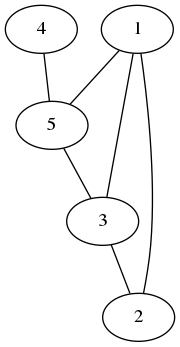
Above: config/graph.dot.png in Boneau2007/VAA (Graphviz), before the change. Its source is kept beside it as config/graph.dot.
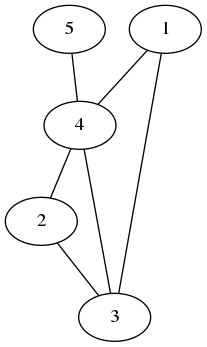
Later version of the same file.

Diff of the diagram source:
```diff
@@ -1,8 +1,8 @@
 graph G {
+1 -- 4;
+2 -- 3;
+3 -- 4;
+4 -- 2;
+5 -- 4;
 1 -- 3;
-2 -- 1;
-3 -- 2;
-4 -- 5;
-5 -- 3;
-1 -- 5;
 }
```
